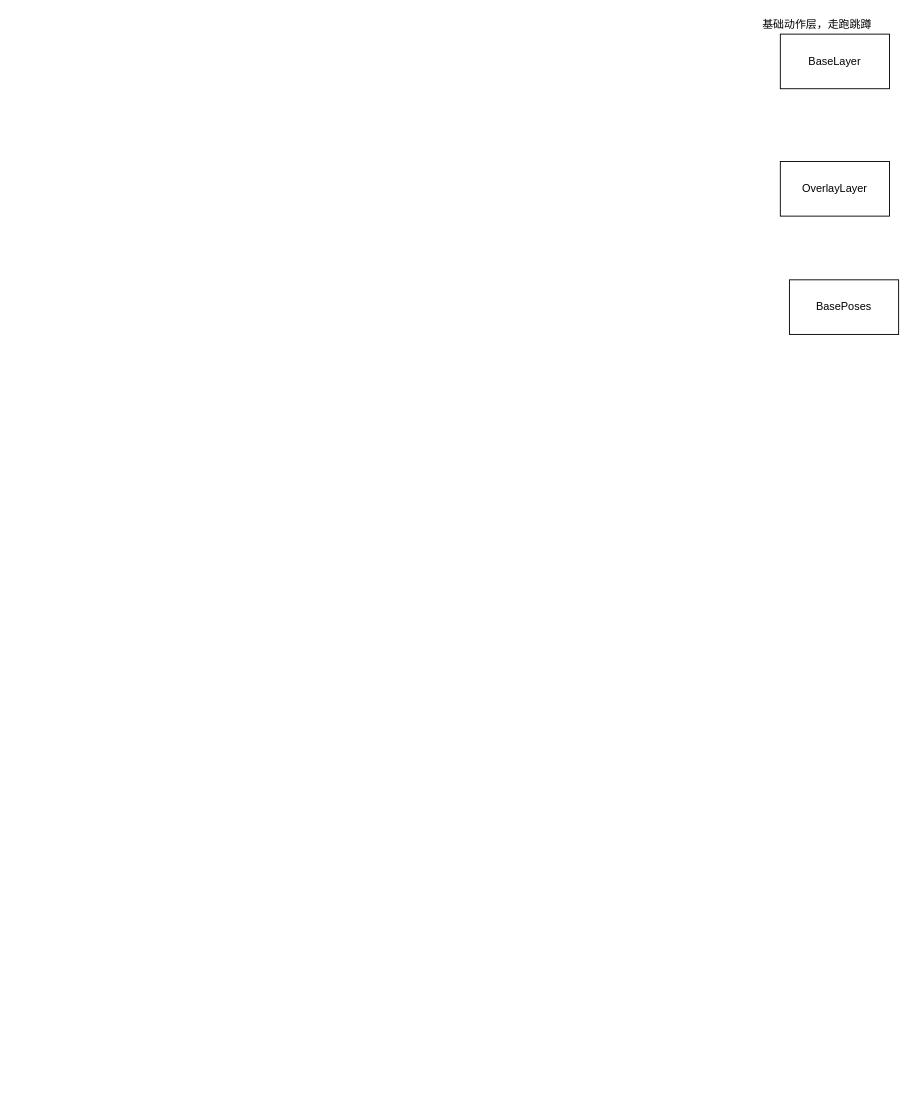
Before: page "AnimGraph" (1 of 4) of ALS.drawio in 1995zmj/ZMJ, a draw.io diagram. Source tidied: cells renumbered, new cells numbered last; positions are measured from the earlier drawing's top-left corner, leaving out a move shared by most shapes. Both pictures are drawn from the tidied source at 91%, with x=0, y=0 at pixel (753, 15).
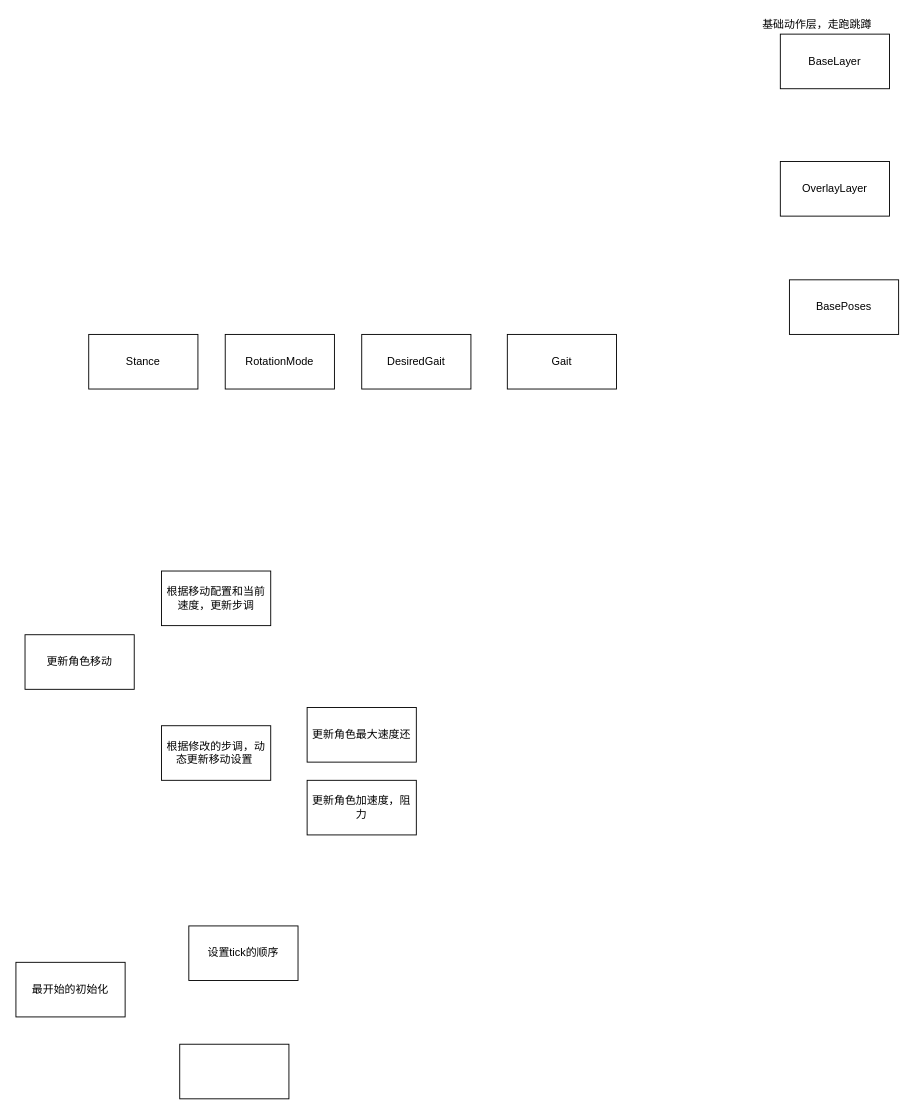
The same diagram, later.

Change to the diagram source:
```diff
@@
 <mxGraphModel>
   <root>
     <mxCell id="0" />
     <mxCell id="1" parent="0" />
     <mxCell id="2" value="BaseLayer" style="whiteSpace=wrap;html=1;" parent="1" vertex="1">
       <mxGeometry x="30" y="20" width="120" height="60" as="geometry" />
     </mxCell>
     <mxCell id="3" value="OverlayLayer" style="whiteSpace=wrap;html=1;" parent="1" vertex="1">
       <mxGeometry x="30" y="160" width="120" height="60" as="geometry" />
     </mxCell>
     <mxCell id="4" value="BasePoses" style="whiteSpace=wrap;html=1;" parent="1" vertex="1">
       <mxGeometry x="40" y="290" width="120" height="60" as="geometry" />
     </mxCell>
     <mxCell id="5" value="基础动作层，走跑跳蹲" style="text;html=1;align=center;verticalAlign=middle;strokeColor=none;fillColor=none;" parent="1" vertex="1">
       <mxGeometry width="140" height="20" as="geometry" />
     </mxCell>
+    <mxCell id="6" value="Stance" style="whiteSpace=wrap;html=1;" parent="1" vertex="1">
+      <mxGeometry x="-730" y="350" width="120" height="60" as="geometry" />
+    </mxCell>
+    <mxCell id="7" value="Gait" style="whiteSpace=wrap;html=1;" parent="1" vertex="1">
+      <mxGeometry x="-270" y="350" width="120" height="60" as="geometry" />
+    </mxCell>
+    <mxCell id="8" value="RotationMode" style="whiteSpace=wrap;html=1;" parent="1" vertex="1">
+      <mxGeometry x="-580" y="350" width="120" height="60" as="geometry" />
+    </mxCell>
+    <mxCell id="9" value="DesiredGait" style="whiteSpace=wrap;html=1;" parent="1" vertex="1">
+      <mxGeometry x="-430" y="350" width="120" height="60" as="geometry" />
+    </mxCell>
+    <mxCell id="10" value="更新角色移动" style="whiteSpace=wrap;html=1;" parent="1" vertex="1">
+      <mxGeometry x="-800" y="680" width="120" height="60" as="geometry" />
+    </mxCell>
+    <mxCell id="11" value="根据移动配置和当前速度，更新步调" style="whiteSpace=wrap;html=1;" parent="1" vertex="1">
+      <mxGeometry x="-650" y="610" width="120" height="60" as="geometry" />
+    </mxCell>
+    <mxCell id="12" value="根据修改的步调，动态更新移动设置&amp;nbsp;" style="whiteSpace=wrap;html=1;" parent="1" vertex="1">
+      <mxGeometry x="-650" y="780" width="120" height="60" as="geometry" />
+    </mxCell>
+    <mxCell id="13" value="更新角色最大速度还" style="whiteSpace=wrap;html=1;" parent="1" vertex="1">
+      <mxGeometry x="-490" y="760" width="120" height="60" as="geometry" />
+    </mxCell>
+    <mxCell id="14" value="更新角色加速度，阻力" style="whiteSpace=wrap;html=1;" parent="1" vertex="1">
+      <mxGeometry x="-490" y="840" width="120" height="60" as="geometry" />
+    </mxCell>
+    <mxCell id="15" value="最开始的初始化" style="whiteSpace=wrap;html=1;" parent="1" vertex="1">
+      <mxGeometry x="-810" y="1040" width="120" height="60" as="geometry" />
+    </mxCell>
+    <mxCell id="16" value="设置tick的顺序" style="whiteSpace=wrap;html=1;" parent="1" vertex="1">
+      <mxGeometry x="-620" y="1000" width="120" height="60" as="geometry" />
+    </mxCell>
+    <mxCell id="17" style="whiteSpace=wrap;html=1;" parent="1" vertex="1">
+      <mxGeometry x="-630" y="1130" width="120" height="60" as="geometry" />
+    </mxCell>
   </root>
 </mxGraphModel>
```
